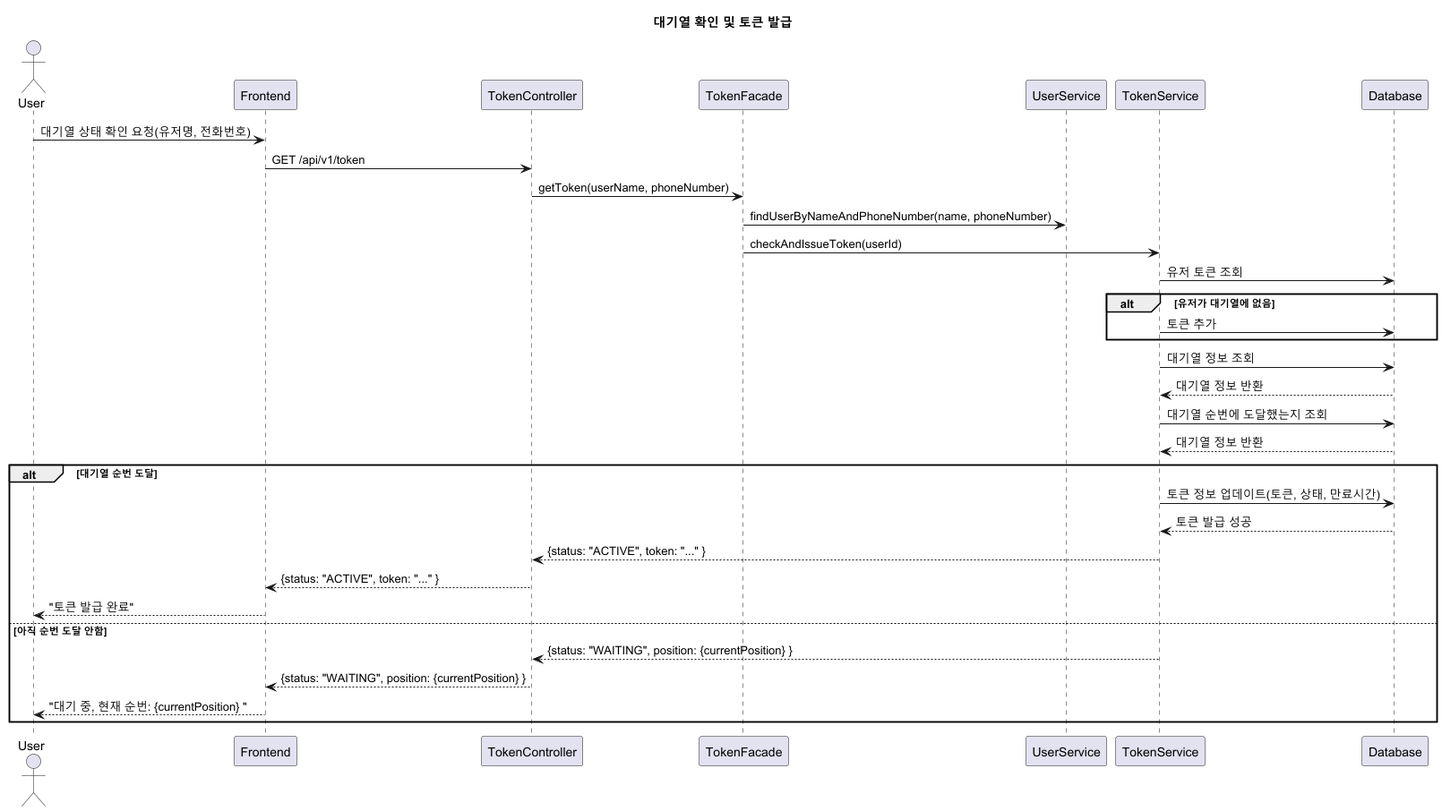
Before: docs/token-sequence.png, a diagram exported from PlantUML (HDPark95/ticket-reservation). The source it was exported from:
```plantuml
@startuml
title 대기열 확인 및 토큰 발급

actor User as U
participant Frontend as FE
participant TokenController as TC
participant TokenFacade as TF
participant UserService as US
participant TokenService as TS
participant Database as DB

U -> FE: 대기열 상태 확인 요청(유저명, 전화번호)
FE -> TC: GET /api/v1/token
TC -> TF: getToken(userName, phoneNumber)
TF -> US: findUserByNameAndPhoneNumber(name, phoneNumber)
TF -> TS: checkAndIssueToken(userId)
TS -> DB: 유저 토큰 조회
alt 유저가 대기열에 없음
    TS -> DB: 토큰 추가
end
TS -> DB: 대기열 정보 조회
DB --> TS: 대기열 정보 반환
TS -> DB: 대기열 순번에 도달했는지 조회
DB --> TS: 대기열 정보 반환
alt 대기열 순번 도달
    TS -> DB: 토큰 정보 업데이트(토큰, 상태, 만료시간)
    DB --> TS: 토큰 발급 성공
    TS --> TC: {status: "ACTIVE", token: "..." }
    TC --> FE: {status: "ACTIVE", token: "..." }
    FE --> U: "토큰 발급 완료"
else 아직 순번 도달 안함
    TS --> TC: {status: "WAITING", position: {currentPosition} }
    TC --> FE: {status: "WAITING", position: {currentPosition} }
    FE --> U: "대기 중, 현재 순번: {currentPosition} "
end

@enduml
```
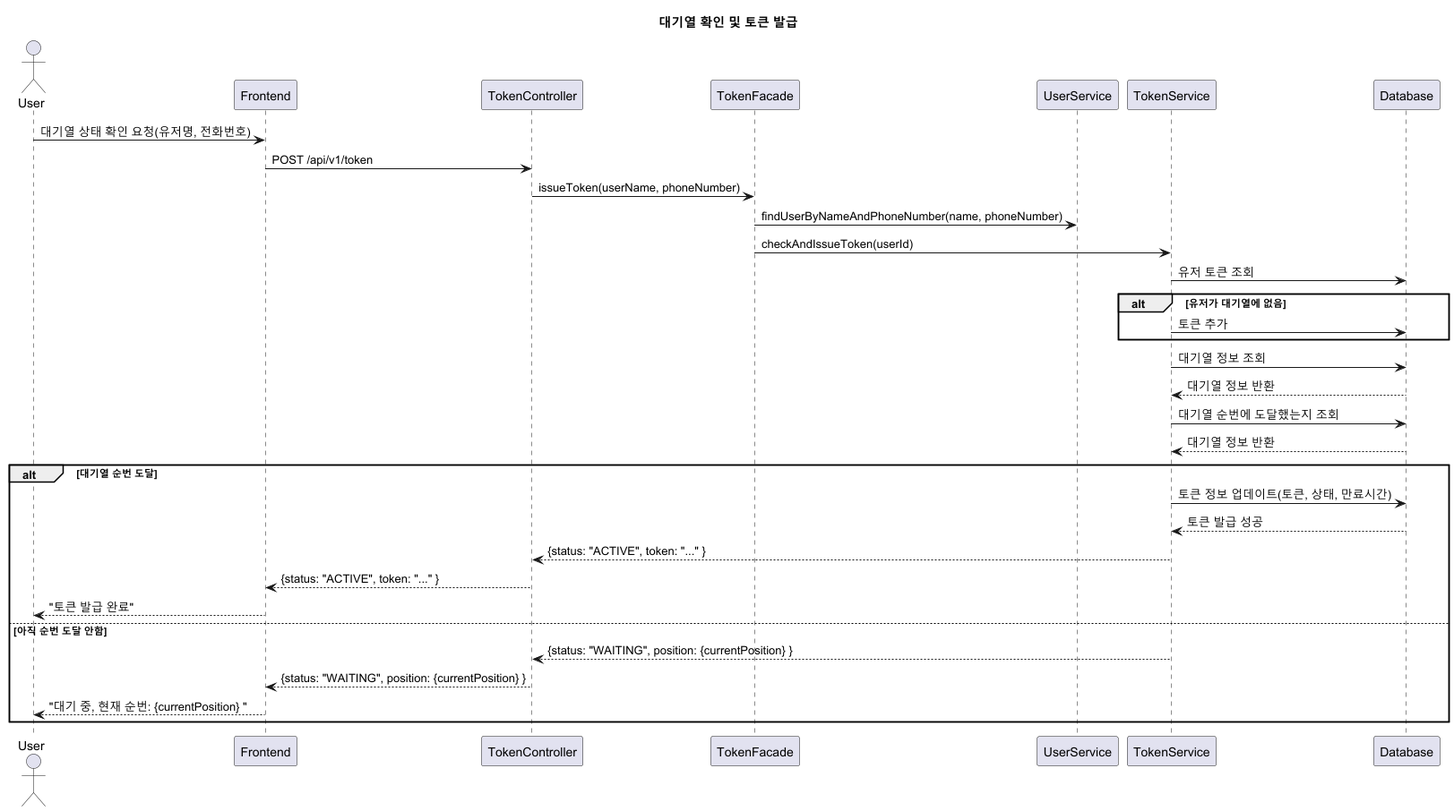
The same diagram one commit later.

Commit message:
[docs] 대기열 토큰 시퀀스 다이어그램 수정

The edit, as a diff of the source:
```diff
@@ -10,8 +10,8 @@
 participant Database as DB
 
 U -> FE: 대기열 상태 확인 요청(유저명, 전화번호)
-FE -> TC: GET /api/v1/token
-TC -> TF: getToken(userName, phoneNumber)
+FE -> TC: POST /api/v1/token
+TC -> TF: issueToken(userName, phoneNumber)
 TF -> US: findUserByNameAndPhoneNumber(name, phoneNumber)
 TF -> TS: checkAndIssueToken(userId)
 TS -> DB: 유저 토큰 조회
```
